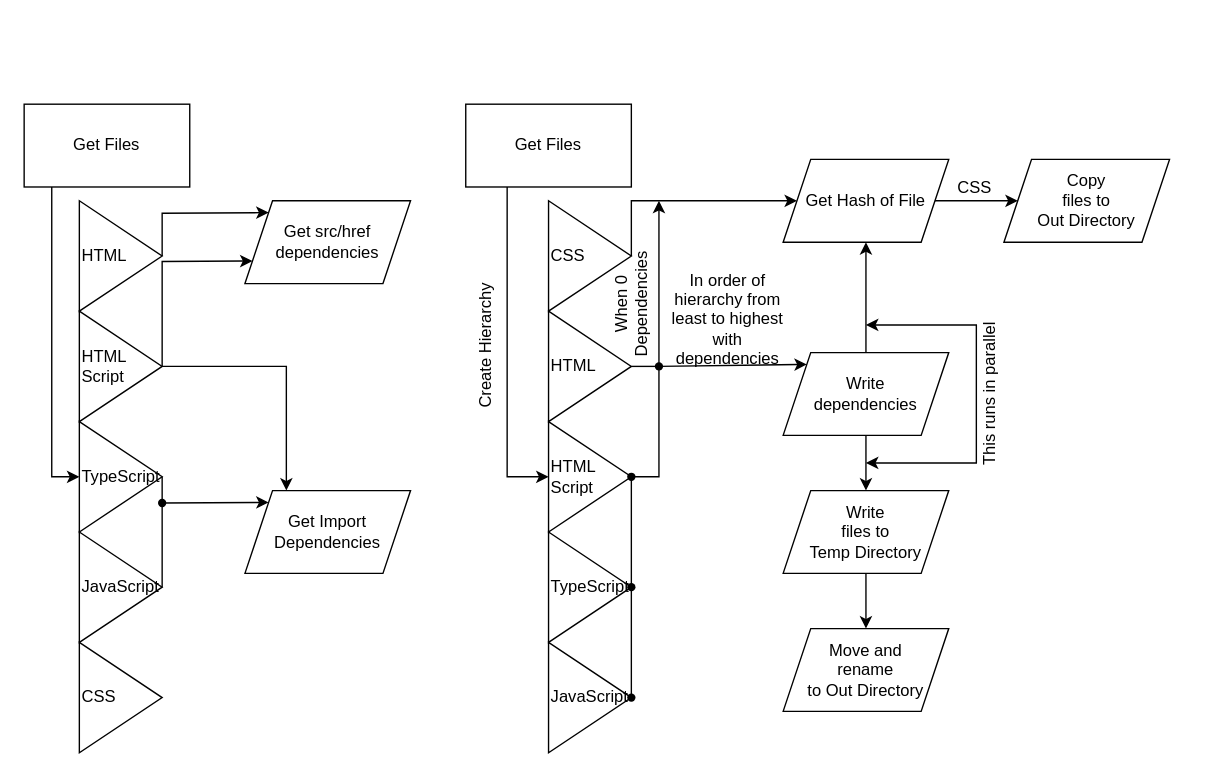
The draw.io diagram Diagrams/Program-Flow.drawio in jon49/JSBuild, before the edit. Source tidied: cells renumbered, new cells numbered last; positions are measured from the earlier drawing's top-left corner, leaving out a move shared by most shapes. Both pictures are drawn from the tidied source at 138%, with x=0, y=0 at pixel (23, 103).
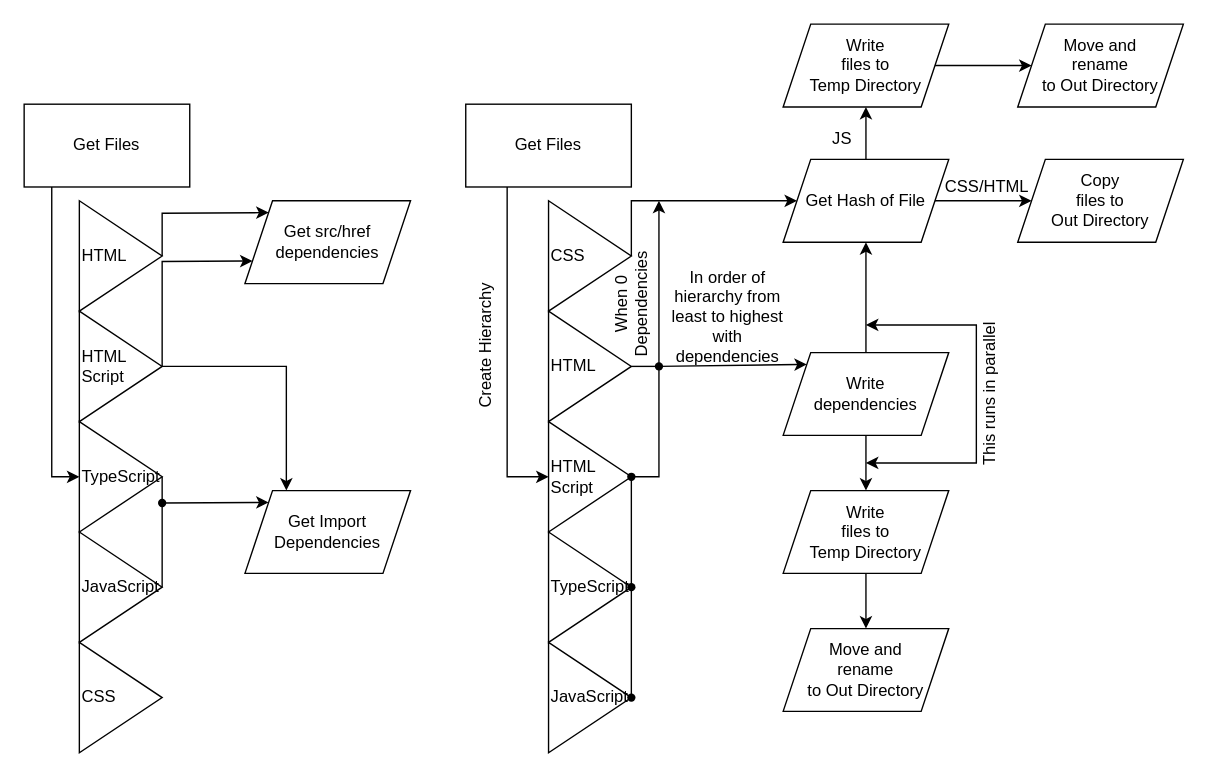
The same page after the edit.

Unchanged cells that the change refers to:
```xml
<mxCell id="25" value="Get Hash of File" style="shape=parallelogram;perimeter=parallelogramPerimeter;whiteSpace=wrap;html=1;fixedSize=1;fillColor=none;align=center;" parent="1" vertex="1">
  <mxGeometry x="550" y="40" width="120" height="60" as="geometry" />
</mxCell>
```

What changed in the source:
```diff
@@
     <mxCell id="26" value="Copy&lt;br&gt;files to&lt;br&gt;Out Directory" style="shape=parallelogram;perimeter=parallelogramPerimeter;whiteSpace=wrap;html=1;fixedSize=1;fillColor=none;align=center;" parent="1" vertex="1">
-      <mxGeometry x="710" y="40" width="120" height="60" as="geometry" />
+      <mxGeometry x="720" y="40" width="120" height="60" as="geometry" />
     </mxCell>
@@
-    <mxCell id="43" value="CSS" style="text;html=1;strokeColor=none;fillColor=none;align=center;verticalAlign=middle;whiteSpace=wrap;rounded=0;" parent="1" vertex="1">
-      <mxGeometry x="659" y="46" width="60" height="30" as="geometry" />
+    <mxCell id="43" value="CSS/HTML" style="text;html=1;strokeColor=none;fillColor=none;align=center;verticalAlign=middle;whiteSpace=wrap;rounded=0;" parent="1" vertex="1">
+      <mxGeometry x="668" y="45" width="60" height="30" as="geometry" />
     </mxCell>
@@
     <mxCell id="47" value="In order of hierarchy from least to highest with dependencies" style="text;html=1;strokeColor=none;fillColor=none;align=center;verticalAlign=middle;whiteSpace=wrap;rounded=0;" parent="1" vertex="1">
-      <mxGeometry x="460" y="141" width="100" height="30" as="geometry" />
+      <mxGeometry x="460" y="139" width="100" height="30" as="geometry" />
     </mxCell>
@@
+    <mxCell id="52" value="Write&lt;br&gt;files to&lt;br&gt;Temp Directory" style="shape=parallelogram;perimeter=parallelogramPerimeter;whiteSpace=wrap;html=1;fixedSize=1;fillColor=none;align=center;" parent="1" vertex="1">
+      <mxGeometry x="550" y="-58" width="120" height="60" as="geometry" />
+    </mxCell>
+    <mxCell id="53" style="endArrow=classic;html=1;rounded=0;exitX=0.5;exitY=0;exitDx=0;exitDy=0;entryX=0.5;entryY=1;entryDx=0;entryDy=0;" parent="1" edge="1" source="25" target="52">
+      <mxGeometry relative="1" as="geometry" />
+    </mxCell>
+    <mxCell id="54" value="Move and&lt;br&gt;rename&lt;br&gt;to Out Directory" style="shape=parallelogram;perimeter=parallelogramPerimeter;whiteSpace=wrap;html=1;fixedSize=1;fillColor=none;align=center;" parent="1" vertex="1">
+      <mxGeometry x="720" y="-58" width="120" height="60" as="geometry" />
+    </mxCell>
+    <mxCell id="55" style="endArrow=classic;html=1;rounded=0;exitX=1;exitY=0.5;exitDx=0;exitDy=0;entryX=0;entryY=0.5;entryDx=0;entryDy=0;" parent="1" edge="1" source="52" target="54">
+      <mxGeometry relative="1" as="geometry" />
+    </mxCell>
+    <mxCell id="56" value="JS" style="text;html=1;strokeColor=none;fillColor=none;align=center;verticalAlign=middle;whiteSpace=wrap;rounded=0;" parent="1" vertex="1">
+      <mxGeometry x="563" y="10" width="60" height="30" as="geometry" />
+    </mxCell>
```
